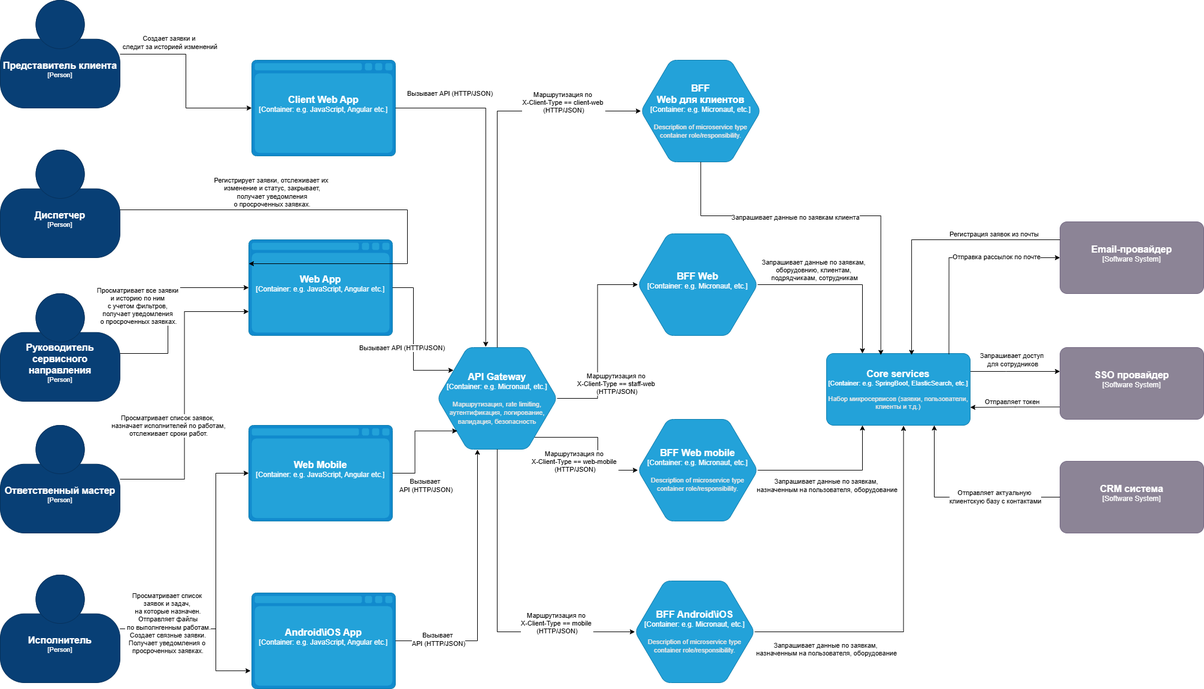
This is Solution Concept/v0.2/Диаграмма C4 Container.drawio.png from apigareva/MasterLine, a draw.io export, as it was before one commit. Source tidied: cells renumbered, new cells last; positions are measured from the earlier drawing's top-left corner, leaving out a move shared by most shapes.
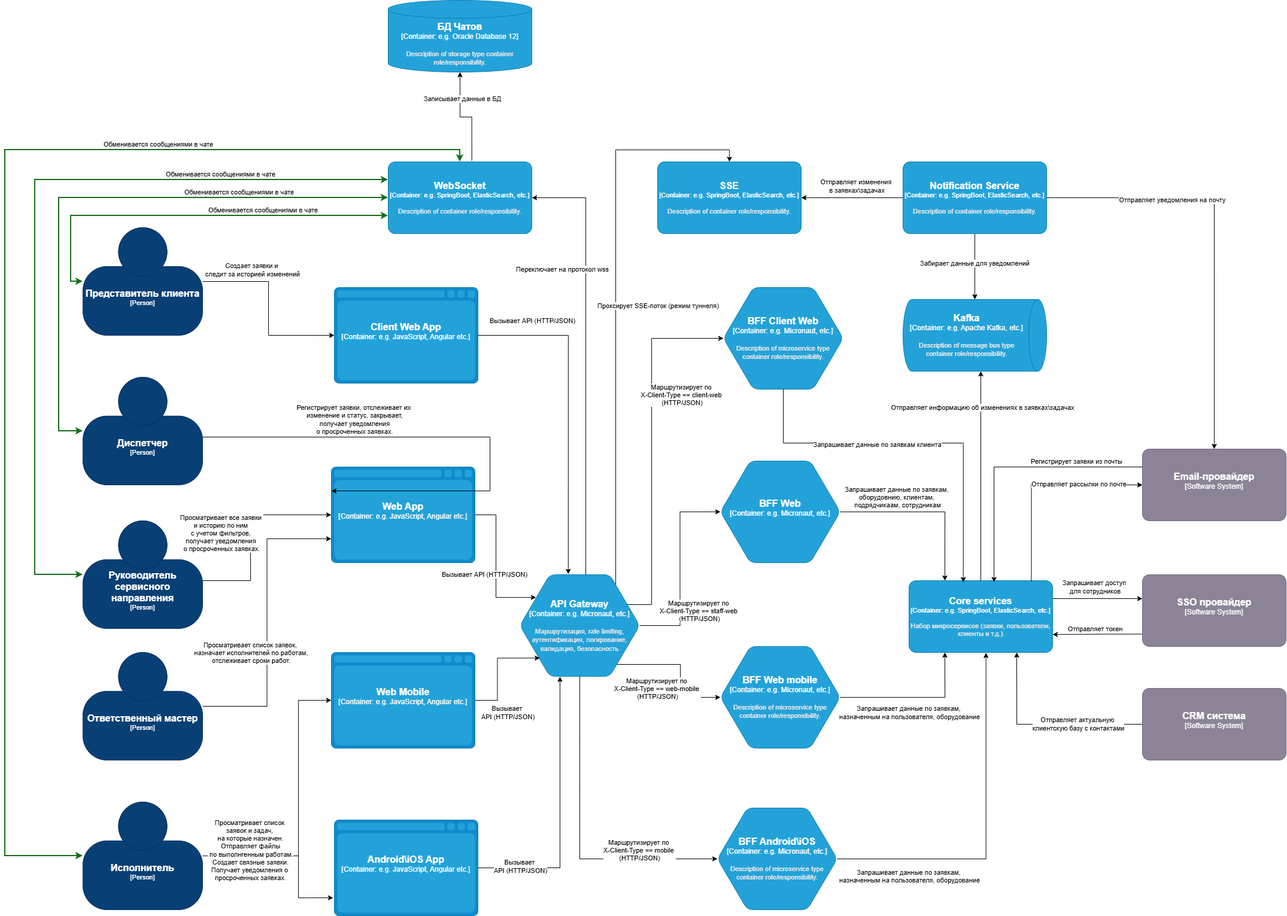
The same diagram one commit later.

The edit, as a diff of the source:
```diff
@@ -9,2 +9,15 @@
     </object>
+    <mxCell id="65" style="edgeStyle=orthogonalEdgeStyle;rounded=0;jettySize=auto;html=1;strokeWidth=2;strokeColor=#156D1A;startArrow=classic;startFill=1;" parent="1" edge="1" source="3" target="75">
+      <mxGeometry relative="1" as="geometry">
+        <Array as="points">
+          <mxPoint x="-20" y="90" />
+          <mxPoint x="-20" y="-20" />
+        </Array>
+      </mxGeometry>
+    </mxCell>
+    <mxCell id="66" value="Обменивается сообщениями в чате" style="edgeLabel;html=1;align=center;verticalAlign=middle;" parent="65" vertex="1">
+      <mxGeometry x="0.25" y="7" relative="1" as="geometry">
+        <mxPoint x="37" y="-3" as="offset" />
+      </mxGeometry>
+    </mxCell>
     <object id="3" label="&lt;font style=&quot;font-size: 16px&quot;&gt;&lt;b&gt;%c4Name%&lt;/b&gt;&lt;/font&gt;&lt;div&gt;[%c4Type%]&lt;/div&gt;&lt;br&gt;&lt;div&gt;&lt;font style=&quot;font-size: 11px&quot;&gt;&lt;font color=&quot;#cccccc&quot;&gt;&lt;/font&gt;&lt;/div&gt;" c4Name="Представитель клиента" c4Type="Person" placeholders="1">
@@ -14,2 +27,16 @@
     </object>
+    <mxCell id="67" style="edgeStyle=orthogonalEdgeStyle;rounded=0;jettySize=auto;html=1;entryX=0.5;entryY=0;entryDx=0;entryDy=0;entryPerimeter=0;strokeWidth=2;strokeColor=#156D1A;startArrow=classic;startFill=1;" parent="1" edge="1" source="4" target="75">
+      <mxGeometry relative="1" as="geometry">
+        <Array as="points">
+          <mxPoint x="-130" y="1050" />
+          <mxPoint x="-130" y="-130" />
+          <mxPoint x="630" y="-130" />
+        </Array>
+      </mxGeometry>
+    </mxCell>
+    <mxCell id="68" value="Обменивается сообщениями в чате" style="edgeLabel;html=1;align=center;verticalAlign=middle;" parent="67" vertex="1">
+      <mxGeometry x="0.73" y="1" relative="1" as="geometry">
+        <mxPoint x="-243" y="-9" as="offset" />
+      </mxGeometry>
+    </mxCell>
     <object id="4" label="&lt;font style=&quot;font-size: 16px&quot;&gt;&lt;b&gt;%c4Name%&lt;/b&gt;&lt;/font&gt;&lt;div&gt;[%c4Type%]&lt;/div&gt;&lt;br&gt;&lt;div&gt;&lt;font style=&quot;font-size: 11px&quot;&gt;&lt;font color=&quot;#cccccc&quot;&gt;&lt;/font&gt;&lt;/div&gt;" c4Name="Исполнитель" c4Type="Person" placeholders="1">
@@ -52,3 +79,3 @@
     </mxCell>
-    <mxCell id="11" value="Маршрутизация по&amp;nbsp;&lt;div&gt;X-Client-Type == web-mobile&amp;nbsp;&lt;/div&gt;&lt;div&gt;(HTTP/JSON)&lt;/div&gt;" style="edgeLabel;html=1;align=center;verticalAlign=middle;" parent="10" vertex="1">
+    <mxCell id="11" value="Маршрутизирует&amp;nbsp;по&amp;nbsp;&lt;div&gt;X-Client-Type == web-mobile&amp;nbsp;&lt;/div&gt;&lt;div&gt;(HTTP/JSON)&lt;/div&gt;" style="edgeLabel;html=1;align=center;verticalAlign=middle;" parent="10" vertex="1">
       <mxGeometry x="-0.66" relative="1" as="geometry">
@@ -57,2 +84,15 @@
     </mxCell>
+    <mxCell id="69" style="edgeStyle=orthogonalEdgeStyle;rounded=0;jettySize=auto;html=1;entryX=0.5;entryY=0;entryDx=0;entryDy=0;entryPerimeter=0;strokeWidth=1;" parent="1" edge="1" source="12" target="76">
+      <mxGeometry relative="1" as="geometry">
+        <Array as="points">
+          <mxPoint x="890" y="-130" />
+          <mxPoint x="1080" y="-130" />
+        </Array>
+      </mxGeometry>
+    </mxCell>
+    <mxCell id="70" value="Проксирует SSE-поток (режим туннеля)" style="edgeLabel;html=1;align=center;verticalAlign=middle;" parent="69" vertex="1">
+      <mxGeometry x="-0.05" y="1" relative="1" as="geometry">
+        <mxPoint x="71" y="-23" as="offset" />
+      </mxGeometry>
+    </mxCell>
     <object id="12" label="&lt;font style=&quot;font-size: 16px&quot;&gt;&lt;b&gt;%c4Name%&lt;/b&gt;&lt;/font&gt;&lt;div&gt;[%c4Type%:&amp;nbsp;%c4Technology%]&lt;/div&gt;&lt;br&gt;&lt;div&gt;&lt;font style=&quot;font-size: 11px&quot;&gt;&lt;font color=&quot;#E6E6E6&quot;&gt;%c4Description%&lt;/font&gt;&lt;/div&gt;" c4Description="Маршрутизация, rate limiting, аутентификация, логирование, валидация, безопасность" c4Name="API Gateway" c4Technology="e.g. Micronaut, etc." c4Type="Container" placeholders="1">
@@ -95,3 +135,3 @@
     </mxCell>
-    <mxCell id="20" value="Маршрутизация по&amp;nbsp;&lt;div&gt;X-Client-Type == mobile&amp;nbsp;&lt;/div&gt;&lt;div&gt;(&lt;span style=&quot;background-color: light-dark(#ffffff, var(--ge-dark-color, #121212)); color: light-dark(rgb(0, 0, 0), rgb(255, 255, 255));&quot;&gt;HTTP/JSON)&lt;/span&gt;&lt;/div&gt;" style="edgeLabel;html=1;align=center;verticalAlign=middle;" parent="19" vertex="1">
+    <mxCell id="20" value="Маршрутизирует&amp;nbsp;по&amp;nbsp;&lt;div&gt;X-Client-Type == mobile&amp;nbsp;&lt;/div&gt;&lt;div&gt;(&lt;span style=&quot;background-color: light-dark(#ffffff, var(--ge-dark-color, #121212)); color: light-dark(rgb(0, 0, 0), rgb(255, 255, 255));&quot;&gt;HTTP/JSON)&lt;/span&gt;&lt;/div&gt;" style="edgeLabel;html=1;align=center;verticalAlign=middle;" parent="19" vertex="1">
       <mxGeometry x="0.43" y="1" relative="1" as="geometry">
@@ -105,3 +145,3 @@
     </object>
-    <object id="22" label="&lt;font style=&quot;font-size: 16px&quot;&gt;&lt;b&gt;%c4Name%&lt;/b&gt;&lt;/font&gt;&lt;div&gt;[%c4Type%:&amp;nbsp;%c4Technology%]&lt;/div&gt;&lt;br&gt;&lt;div&gt;&lt;font style=&quot;font-size: 11px&quot;&gt;&lt;font color=&quot;#E6E6E6&quot;&gt;%c4Description%&lt;/font&gt;&lt;/div&gt;" c4Description="Description of microservice type container role/responsibility." c4Name="BFF&#10;Web для клиентов" c4Technology="e.g. Micronaut, etc." c4Type="Container" placeholders="1">
+    <object id="22" label="&lt;font style=&quot;font-size: 16px&quot;&gt;&lt;b&gt;%c4Name%&lt;/b&gt;&lt;/font&gt;&lt;div&gt;[%c4Type%:&amp;nbsp;%c4Technology%]&lt;/div&gt;&lt;br&gt;&lt;div&gt;&lt;font style=&quot;font-size: 11px&quot;&gt;&lt;font color=&quot;#E6E6E6&quot;&gt;%c4Description%&lt;/font&gt;&lt;/div&gt;" c4Description="Description of microservice type container role/responsibility." c4Name="BFF Client Web" c4Technology="e.g. Micronaut, etc." c4Type="Container" placeholders="1">
       <mxCell style="shape=hexagon;size=50;perimeter=hexagonPerimeter2;whiteSpace=wrap;html=1;fixedSize=1;rounded=1;labelBackgroundColor=none;fillColor=#23A2D9;fontSize=12;fontColor=#ffffff;align=center;strokeColor=#0E7DAD;points=[[0.5,0,0],[1,0.25,0],[1,0.5,0],[1,0.75,0],[0.5,1,0],[0,0.75,0],[0,0.5,0],[0,0.25,0]];" parent="1" vertex="1">
@@ -110,10 +150,2 @@
     </object>
-    <mxCell id="23" style="edgeStyle=orthogonalEdgeStyle;rounded=0;jettySize=auto;html=1;entryX=0;entryY=0.5;entryDx=0;entryDy=0;entryPerimeter=0;exitX=0.5;exitY=0;exitDx=0;exitDy=0;exitPerimeter=0;" parent="1" edge="1" source="12" target="22">
-      <mxGeometry relative="1" as="geometry" />
-    </mxCell>
-    <mxCell id="24" value="Маршрутизация по&amp;nbsp;&lt;div&gt;X-Client-Type == client-web&amp;nbsp;&lt;/div&gt;&lt;div&gt;(HTTP/JSON)&lt;/div&gt;" style="edgeLabel;html=1;align=center;verticalAlign=middle;" parent="23" vertex="1">
-      <mxGeometry x="0.49" y="1" relative="1" as="geometry">
-        <mxPoint x="31" y="-14" as="offset" />
-      </mxGeometry>
-    </mxCell>
     <mxCell id="25" style="edgeStyle=orthogonalEdgeStyle;rounded=0;jettySize=auto;html=1;entryX=0;entryY=0.5;entryDx=0;entryDy=0;entryPerimeter=0;" parent="1" edge="1" source="12" target="16">
@@ -121,3 +153,3 @@
     </mxCell>
-    <mxCell id="26" value="Маршрутизация по&amp;nbsp;&lt;div&gt;X-Client-Type == staff-web&amp;nbsp;&lt;/div&gt;&lt;div&gt;(HTTP/JSON)&lt;/div&gt;" style="edgeLabel;html=1;align=center;verticalAlign=middle;" parent="25" vertex="1">
+    <mxCell id="26" value="Маршрутизирует&amp;nbsp;по&amp;nbsp;&lt;div&gt;X-Client-Type == staff-web&amp;nbsp;&lt;/div&gt;&lt;div&gt;(HTTP/JSON)&lt;/div&gt;" style="edgeLabel;html=1;align=center;verticalAlign=middle;" parent="25" vertex="1">
       <mxGeometry x="-0.65" y="1" relative="1" as="geometry">
@@ -255,3 +287,3 @@
     </mxCell>
-    <mxCell id="52" value="Отправка рассылок по почте" style="edgeLabel;html=1;align=center;verticalAlign=middle;" parent="51" vertex="1">
+    <mxCell id="52" value="Отправляет рассылки по почте" style="edgeLabel;html=1;align=center;verticalAlign=middle;" parent="51" vertex="1">
       <mxGeometry x="0.38" y="2" relative="1" as="geometry" />
@@ -306,3 +338,3 @@
     </mxCell>
-    <mxCell id="64" value="Регистрация заявок из почты" style="edgeLabel;html=1;align=center;verticalAlign=middle;" parent="63" vertex="1">
+    <mxCell id="64" value="Регистрирует заявки из почты" style="edgeLabel;html=1;align=center;verticalAlign=middle;" parent="63" vertex="1">
       <mxGeometry x="-0.3" y="2" relative="1" as="geometry">
@@ -311,2 +343,116 @@
     </mxCell>
+    <mxCell id="71" style="edgeStyle=orthogonalEdgeStyle;rounded=0;jettySize=auto;html=1;" parent="1" edge="1" source="73" target="74">
+      <mxGeometry relative="1" as="geometry" />
+    </mxCell>
+    <mxCell id="72" value="Забирает данные для уведомлений" style="edgeLabel;html=1;align=center;verticalAlign=middle;" parent="71" vertex="1">
+      <mxGeometry x="-0.1" y="-1" relative="1" as="geometry" />
+    </mxCell>
+    <object id="73" label="&lt;font style=&quot;font-size: 16px&quot;&gt;&lt;b&gt;%c4Name%&lt;/b&gt;&lt;/font&gt;&lt;div&gt;[%c4Type%: %c4Technology%]&lt;/div&gt;&lt;br&gt;&lt;div&gt;&lt;font style=&quot;font-size: 11px&quot;&gt;&lt;font color=&quot;#E6E6E6&quot;&gt;%c4Description%&lt;/font&gt;&lt;/div&gt;" c4Description="Description of container role/responsibility." c4Name="Notification Service" c4Technology="e.g. SpringBoot, ElasticSearch, etc." c4Type="Container" placeholders="1">
+      <mxCell style="rounded=1;whiteSpace=wrap;html=1;fontSize=11;labelBackgroundColor=none;fillColor=#23A2D9;fontColor=#ffffff;align=center;arcSize=10;strokeColor=#0E7DAD;points=[[0.25,0,0],[0.5,0,0],[0.75,0,0],[1,0.25,0],[1,0.5,0],[1,0.75,0],[0.75,1,0],[0.5,1,0],[0.25,1,0],[0,0.75,0],[0,0.5,0],[0,0.25,0]];" parent="1" vertex="1">
+        <mxGeometry x="1370" y="-110" width="240" height="120" as="geometry" />
+      </mxCell>
+    </object>
+    <object id="74" label="&lt;font style=&quot;font-size: 16px&quot;&gt;&lt;b&gt;%c4Name%&lt;/b&gt;&lt;/font&gt;&lt;div&gt;[%c4Type%:&amp;nbsp;%c4Technology%]&lt;/div&gt;&lt;br&gt;&lt;div&gt;&lt;font style=&quot;font-size: 11px&quot;&gt;&lt;font color=&quot;#E6E6E6&quot;&gt;%c4Description%&lt;/font&gt;&lt;/div&gt;" c4Description="Description of message bus type container role/responsibility." c4Name="Kafka" c4Technology="e.g. Apache Kafka, etc." c4Type="Container" placeholders="1">
+      <mxCell style="shape=cylinder3;size=15;direction=south;whiteSpace=wrap;html=1;boundedLbl=1;rounded=0;labelBackgroundColor=none;fillColor=#23A2D9;fontSize=12;fontColor=#ffffff;align=center;strokeColor=#0E7DAD;points=[[0.5,0,0],[1,0.25,0],[1,0.5,0],[1,0.75,0],[0.5,1,0],[0,0.75,0],[0,0.5,0],[0,0.25,0]];" parent="1" vertex="1">
+        <mxGeometry x="1370" y="120" width="240" height="120" as="geometry" />
+      </mxCell>
+    </object>
+    <object id="75" label="&lt;font style=&quot;font-size: 16px&quot;&gt;&lt;b&gt;%c4Name%&lt;/b&gt;&lt;/font&gt;&lt;div&gt;[%c4Type%: %c4Technology%]&lt;/div&gt;&lt;br&gt;&lt;div&gt;&lt;font style=&quot;font-size: 11px&quot;&gt;&lt;font color=&quot;#E6E6E6&quot;&gt;%c4Description%&lt;/font&gt;&lt;/div&gt;" c4Description="Description of container role/responsibility." c4Name="WebSocket" c4Technology="e.g. SpringBoot, ElasticSearch, etc." c4Type="Container" placeholders="1">
+      <mxCell style="rounded=1;whiteSpace=wrap;html=1;fontSize=11;labelBackgroundColor=none;fillColor=#23A2D9;fontColor=#ffffff;align=center;arcSize=10;strokeColor=#0E7DAD;points=[[0.25,0,0],[0.5,0,0],[0.75,0,0],[1,0.25,0],[1,0.5,0],[1,0.75,0],[0.75,1,0],[0.5,1,0],[0.25,1,0],[0,0.75,0],[0,0.5,0],[0,0.25,0]];" parent="1" vertex="1">
+        <mxGeometry x="510" y="-110" width="240" height="120" as="geometry" />
+      </mxCell>
+    </object>
+    <object id="76" label="&lt;font style=&quot;font-size: 16px&quot;&gt;&lt;b&gt;%c4Name%&lt;/b&gt;&lt;/font&gt;&lt;div&gt;[%c4Type%: %c4Technology%]&lt;/div&gt;&lt;br&gt;&lt;div&gt;&lt;font style=&quot;font-size: 11px&quot;&gt;&lt;font color=&quot;#E6E6E6&quot;&gt;%c4Description%&lt;/font&gt;&lt;/div&gt;" c4Description="Description of container role/responsibility." c4Name="SSE" c4Technology="e.g. SpringBoot, ElasticSearch, etc." c4Type="Container" placeholders="1">
+      <mxCell style="rounded=1;whiteSpace=wrap;html=1;fontSize=11;labelBackgroundColor=none;fillColor=#23A2D9;fontColor=#ffffff;align=center;arcSize=10;strokeColor=#0E7DAD;points=[[0.25,0,0],[0.5,0,0],[0.75,0,0],[1,0.25,0],[1,0.5,0],[1,0.75,0],[0.75,1,0],[0.5,1,0],[0.25,1,0],[0,0.75,0],[0,0.5,0],[0,0.25,0]];" parent="1" vertex="1">
+        <mxGeometry x="960" y="-110" width="240" height="120" as="geometry" />
+      </mxCell>
+    </object>
+    <mxCell id="77" style="edgeStyle=orthogonalEdgeStyle;rounded=0;jettySize=auto;html=1;entryX=1;entryY=0.5;entryDx=0;entryDy=0;entryPerimeter=0;startSize=6;endSize=6;sourcePerimeterSpacing=0;strokeWidth=1;" parent="1" edge="1" source="12" target="75">
+      <mxGeometry relative="1" as="geometry">
+        <Array as="points">
+          <mxPoint x="840" y="-50" />
+        </Array>
+      </mxGeometry>
+    </mxCell>
+    <mxCell id="78" value="Переключает на протокол wss" style="edgeLabel;html=1;align=center;verticalAlign=middle;" parent="77" vertex="1">
+      <mxGeometry x="0.42" y="8" relative="1" as="geometry">
+        <mxPoint x="-32" as="offset" />
+      </mxGeometry>
+    </mxCell>
+    <mxCell id="79" style="edgeStyle=orthogonalEdgeStyle;rounded=0;jettySize=auto;html=1;entryX=0;entryY=0.5;entryDx=0;entryDy=0;entryPerimeter=0;exitX=0;exitY=0.5;exitDx=0;exitDy=0;exitPerimeter=0;strokeWidth=2;strokeColor=#156D1A;startArrow=classic;startFill=1;" parent="1" edge="1" source="2" target="75">
+      <mxGeometry relative="1" as="geometry">
+        <Array as="points">
+          <mxPoint x="-40" y="340" />
+          <mxPoint x="-40" y="-50" />
+        </Array>
+      </mxGeometry>
+    </mxCell>
+    <mxCell id="80" value="Обменивается сообщениями в чате" style="edgeLabel;html=1;align=center;verticalAlign=middle;" parent="79" vertex="1">
+      <mxGeometry x="0.49" y="-5" relative="1" as="geometry">
+        <mxPoint y="-15" as="offset" />
+      </mxGeometry>
+    </mxCell>
+    <mxCell id="81" style="edgeStyle=orthogonalEdgeStyle;rounded=0;jettySize=auto;html=1;entryX=0;entryY=0.25;entryDx=0;entryDy=0;entryPerimeter=0;strokeWidth=2;strokeColor=#156D1A;startArrow=classic;startFill=1;" parent="1" edge="1" source="8" target="75">
+      <mxGeometry relative="1" as="geometry">
+        <Array as="points">
+          <mxPoint x="-80" y="580" />
+          <mxPoint x="-80" y="-80" />
+        </Array>
+      </mxGeometry>
+    </mxCell>
+    <mxCell id="82" value="Обменивается сообщениями в чате" style="edgeLabel;html=1;align=center;verticalAlign=middle;" parent="81" vertex="1">
+      <mxGeometry x="0.58" relative="1" as="geometry">
+        <mxPoint y="-10" as="offset" />
+      </mxGeometry>
+    </mxCell>
+    <mxCell id="23" style="edgeStyle=orthogonalEdgeStyle;rounded=0;jettySize=auto;html=1;entryX=0;entryY=0.5;entryDx=0;entryDy=0;entryPerimeter=0;" parent="1" edge="1" source="12" target="22">
+      <mxGeometry relative="1" as="geometry">
+        <Array as="points">
+          <mxPoint x="950" y="630" />
+          <mxPoint x="950" y="185" />
+        </Array>
+      </mxGeometry>
+    </mxCell>
+    <mxCell id="83" value="Маршрутизирует по&amp;nbsp;&lt;div&gt;X-Client-Type == client-web&amp;nbsp;&lt;/div&gt;&lt;div&gt;(HTTP/JSON)&lt;/div&gt;" style="edgeLabel;html=1;align=center;verticalAlign=middle;" parent="23" vertex="1">
+      <mxGeometry x="0.12" y="4" relative="1" as="geometry">
+        <mxPoint x="54" y="-51" as="offset" />
+      </mxGeometry>
+    </mxCell>
+    <object id="84" label="&lt;font style=&quot;font-size: 16px&quot;&gt;&lt;b&gt;%c4Name%&lt;/b&gt;&lt;/font&gt;&lt;div&gt;[%c4Type%:&amp;nbsp;%c4Technology%]&lt;/div&gt;&lt;br&gt;&lt;div&gt;&lt;font style=&quot;font-size: 11px&quot;&gt;&lt;font color=&quot;#E6E6E6&quot;&gt;%c4Description%&lt;/font&gt;&lt;/div&gt;" c4Description="Description of storage type container role/responsibility." c4Name="БД Чатов" c4Technology="e.g. Oracle Database 12" c4Type="Container" placeholders="1">
+      <mxCell style="shape=cylinder3;size=15;whiteSpace=wrap;html=1;boundedLbl=1;rounded=0;labelBackgroundColor=none;fillColor=#23A2D9;fontSize=12;fontColor=#ffffff;align=center;strokeColor=#0E7DAD;points=[[0.5,0,0],[1,0.25,0],[1,0.5,0],[1,0.75,0],[0.5,1,0],[0,0.75,0],[0,0.5,0],[0,0.25,0]];" parent="1" vertex="1">
+        <mxGeometry x="510" y="-380" width="240" height="120" as="geometry" />
+      </mxCell>
+    </object>
+    <mxCell id="85" style="edgeStyle=orthogonalEdgeStyle;rounded=0;jettySize=auto;html=1;exitX=0.582;exitY=-0.017;exitDx=0;exitDy=0;exitPerimeter=0;entryX=0.5;entryY=1;entryDx=0;entryDy=0;entryPerimeter=0;" parent="1" edge="1" source="75" target="84">
+      <mxGeometry relative="1" as="geometry" />
+    </mxCell>
+    <mxCell id="86" value="Записывает данные в БД" style="edgeLabel;html=1;align=center;verticalAlign=middle;" parent="85" vertex="1">
+      <mxGeometry x="0.46" y="-3" relative="1" as="geometry">
+        <mxPoint y="-1" as="offset" />
+      </mxGeometry>
+    </mxCell>
+    <mxCell id="87" style="edgeStyle=orthogonalEdgeStyle;rounded=0;jettySize=auto;html=1;entryX=1;entryY=0.5;entryDx=0;entryDy=0;entryPerimeter=0;" parent="1" edge="1" source="73" target="76">
+      <mxGeometry relative="1" as="geometry" />
+    </mxCell>
+    <mxCell id="88" value="Отправляет изменения&amp;nbsp;&lt;div&gt;в заявках\задачах&lt;/div&gt;" style="edgeLabel;html=1;align=center;verticalAlign=middle;" parent="87" vertex="1">
+      <mxGeometry x="-0.09" y="3" relative="1" as="geometry">
+        <mxPoint y="-23" as="offset" />
+      </mxGeometry>
+    </mxCell>
+    <mxCell id="89" style="edgeStyle=orthogonalEdgeStyle;rounded=0;jettySize=auto;html=1;entryX=0.5;entryY=0;entryDx=0;entryDy=0;entryPerimeter=0;" parent="1" edge="1" source="73" target="7">
+      <mxGeometry relative="1" as="geometry" />
+    </mxCell>
+    <mxCell id="90" value="Отправляет уведомления на почту" style="edgeLabel;html=1;align=center;verticalAlign=middle;" parent="89" vertex="1">
+      <mxGeometry x="-0.4" y="-3" relative="1" as="geometry" />
+    </mxCell>
+    <mxCell id="91" style="edgeStyle=orthogonalEdgeStyle;rounded=0;jettySize=auto;html=1;" parent="1" edge="1" source="48">
+      <mxGeometry relative="1" as="geometry">
+        <mxPoint x="1500" y="240" as="targetPoint" />
+      </mxGeometry>
+    </mxCell>
+    <mxCell id="92" value="Отправляет информацию об изменениях в заявках\задачах" style="edgeLabel;html=1;align=center;verticalAlign=middle;" parent="91" vertex="1">
+      <mxGeometry x="-0.06" y="-2" relative="1" as="geometry">
+        <mxPoint y="-126" as="offset" />
+      </mxGeometry>
+    </mxCell>
   </root>
```
